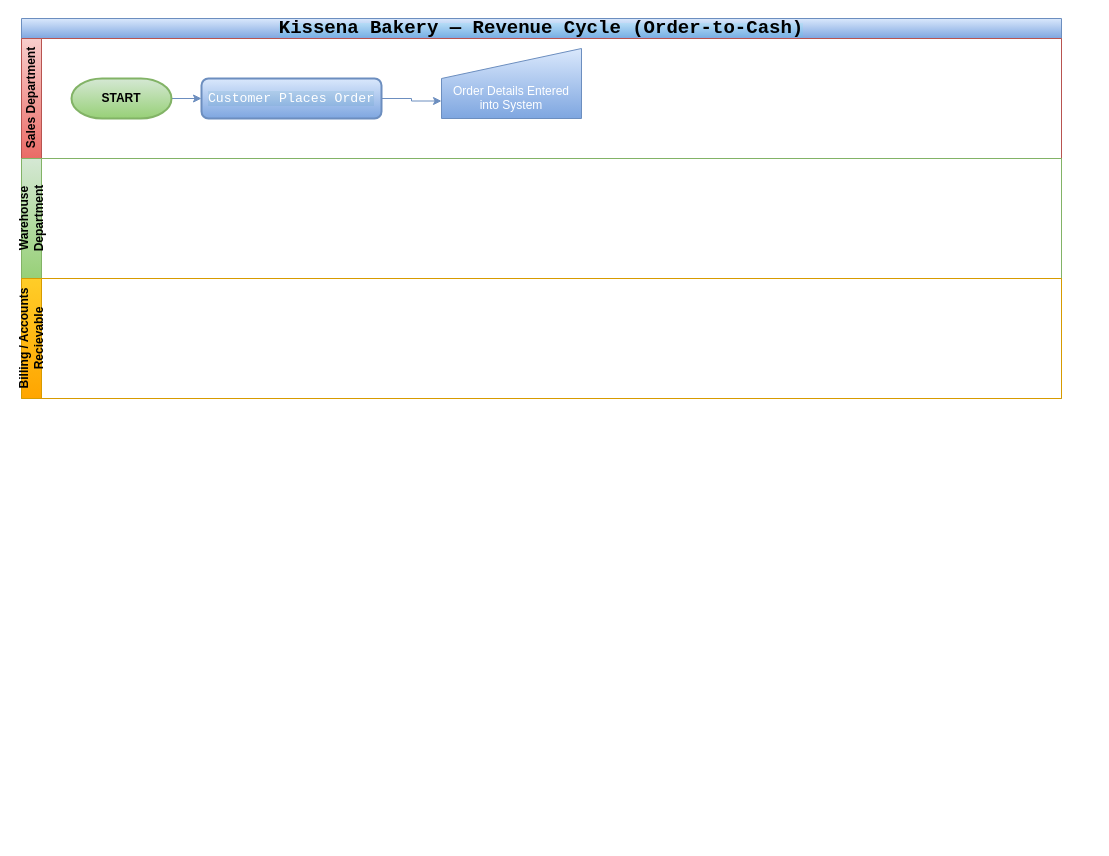
This is Revenue_Cycle_Controls.drawio from junoldlibayo/drawio, a draw.io file, before an edit. Source tidied: cells renumbered, new cells numbered last; positions are measured from the earlier drawing's top-left corner, leaving out a move shared by most shapes. Both pictures are drawn from the tidied source at 100%, with x=0, y=0 at pixel (21, 18).
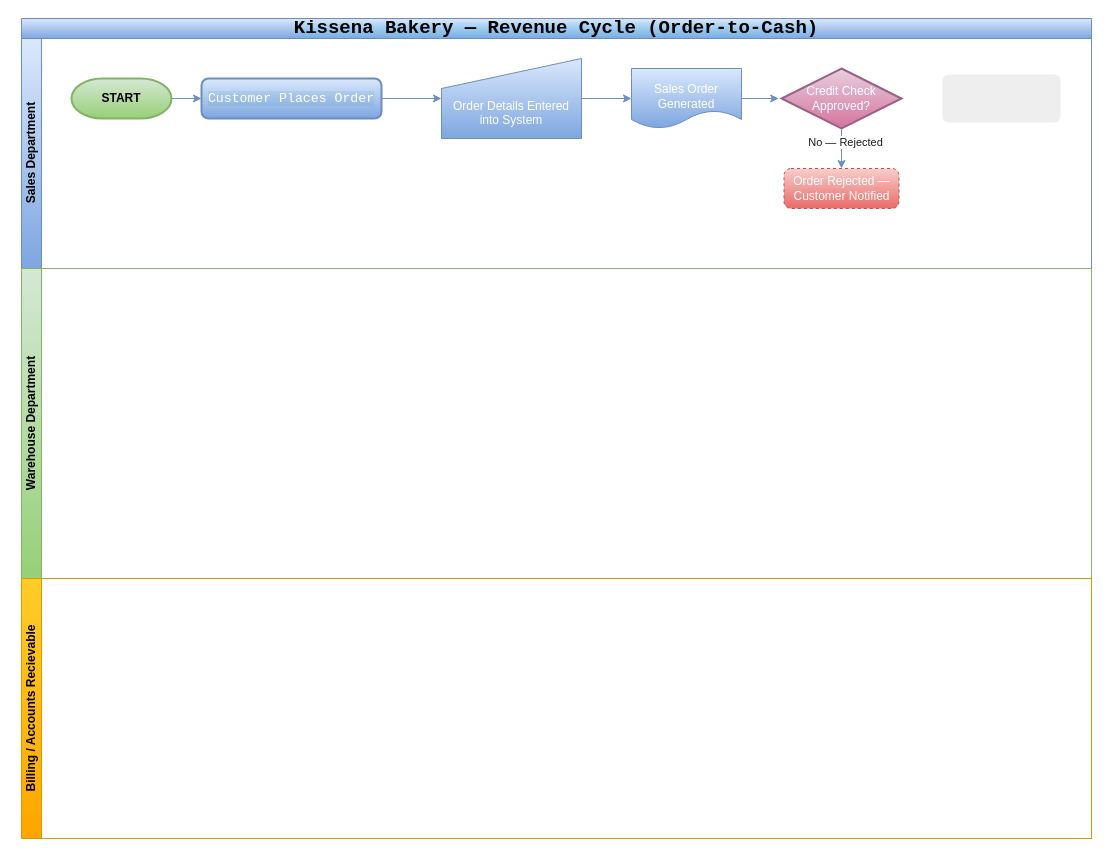
The same diagram, later.

Diff of the diagram source:
```diff
@@
 <mxGraphModel>
   <root>
     <mxCell id="0" />
     <mxCell id="1" parent="0" />
     <mxCell id="2" value="&lt;span style=&quot;font-family: &amp;quot;Share Tech Mono&amp;quot;, monospace; text-wrap-mode: wrap; background-color: rgba(0, 245, 255, 0.08);&quot;&gt;&lt;font style=&quot;font-size: 19px;&quot;&gt;Kissena Bakery — Revenue Cycle (Order-to-Cash)&lt;/font&gt;&lt;/span&gt;" style="swimlane;horizontal=1;startSize=20;html=1;strokeColor=#6c8ebf;fillColor=#dae8fc;align=center;labelBackgroundColor=none;gradientColor=#7ea6e0;verticalAlign=middle;whiteSpace=wrap;fontColor=light-dark(#000000,#FFFFFF);" parent="1" vertex="1">
-      <mxGeometry width="1040" height="380" as="geometry" />
+      <mxGeometry width="1070" height="820" as="geometry" />
     </mxCell>
-    <mxCell id="3" value="Sales Department" style="swimlane;startSize=20;horizontal=0;html=1;strokeColor=#b85450;fillColor=#f8cecc;labelBackgroundColor=none;gradientColor=#ea6b66;" parent="2" vertex="1">
-      <mxGeometry y="20" width="1040" height="120" as="geometry" />
+    <mxCell id="3" value="Sales Department" style="swimlane;startSize=20;horizontal=0;html=1;strokeColor=#6c8ebf;fillColor=#dae8fc;labelBackgroundColor=none;gradientColor=#7ea6e0;" parent="2" vertex="1">
+      <mxGeometry y="20" width="1070" height="230" as="geometry" />
     </mxCell>
     <mxCell id="4" style="edgeStyle=orthogonalEdgeStyle;rounded=0;jettySize=auto;html=1;exitX=1;exitY=0.5;exitDx=0;exitDy=0;exitPerimeter=0;entryX=0;entryY=0.5;entryDx=0;entryDy=0;strokeColor=#6c8ebf;fontColor=light-dark(#FFFFFF,#FFFFFF);fillColor=#dae8fc;gradientColor=#7ea6e0;" parent="3" edge="1" source="5" target="7">
       <mxGeometry relative="1" as="geometry" />
     </mxCell>
     <mxCell id="5" value="&lt;b&gt;START&lt;/b&gt;" style="strokeWidth=2;html=1;shape=mxgraph.flowchart.terminator;whiteSpace=wrap;strokeColor=#82b366;fillColor=#d5e8d4;gradientColor=#97d077;" parent="3" vertex="1">
       <mxGeometry x="50" y="40" width="100" height="40" as="geometry" />
     </mxCell>
-    <mxCell id="6" style="edgeStyle=orthogonalEdgeStyle;rounded=0;jettySize=auto;html=1;exitX=1;exitY=0.5;exitDx=0;exitDy=0;entryX=0;entryY=0.75;entryDx=0;entryDy=0;strokeColor=#6c8ebf;fontColor=#FFFFFF;fillColor=#dae8fc;gradientColor=#7ea6e0;" parent="3" edge="1" source="7" target="8">
+    <mxCell id="6" style="edgeStyle=orthogonalEdgeStyle;rounded=0;jettySize=auto;html=1;exitX=1;exitY=0.5;exitDx=0;exitDy=0;entryX=0;entryY=0.5;entryDx=0;entryDy=0;strokeColor=#6c8ebf;fontColor=#FFFFFF;fillColor=#dae8fc;gradientColor=#7ea6e0;" parent="3" edge="1" source="7" target="8">
       <mxGeometry relative="1" as="geometry" />
     </mxCell>
     <mxCell id="7" value="&lt;span style=&quot;font-family: &amp;quot;Share Tech Mono&amp;quot;, monospace; font-size: 13.192px; text-align: start; background-color: rgba(0, 115, 123, 0.08);&quot;&gt;Customer Places Order&lt;/span&gt;" style="rounded=1;whiteSpace=wrap;html=1;absoluteArcSize=1;arcSize=14;strokeWidth=2;strokeColor=#6c8ebf;fillColor=#dae8fc;gradientColor=#7ea6e0;fontColor=light-dark(#FFFFFF,#FFFFFF);" parent="3" vertex="1">
       <mxGeometry x="180" y="40" width="180" height="40" as="geometry" />
     </mxCell>
+    <mxCell id="11" style="edgeStyle=orthogonalEdgeStyle;rounded=0;jettySize=auto;html=1;exitX=1;exitY=0.5;exitDx=0;exitDy=0;entryX=0;entryY=0.5;entryDx=0;entryDy=0;strokeColor=#6c8ebf;fontColor=#FFFFFF;fillColor=#dae8fc;gradientColor=#7ea6e0;" parent="3" edge="1" source="8" target="12">
+      <mxGeometry relative="1" as="geometry" />
+    </mxCell>
     <mxCell id="8" value="&lt;font style=&quot;color: light-dark(rgb(255, 255, 255), rgb(255, 255, 255));&quot;&gt;&lt;br&gt;&lt;br&gt;Order Details Entered into System&lt;/font&gt;" style="shape=manualInput;whiteSpace=wrap;html=1;fillColor=#dae8fc;gradientColor=#7ea6e0;strokeColor=#6c8ebf;" parent="3" vertex="1">
-      <mxGeometry x="420" y="10" width="140" height="70" as="geometry" />
+      <mxGeometry x="420" y="20" width="140" height="80" as="geometry" />
     </mxCell>
+    <mxCell id="12" value="&lt;font style=&quot;color: light-dark(rgb(255, 255, 255), rgb(255, 255, 255));&quot;&gt;&lt;br&gt;Sales Order Generated&lt;/font&gt;" style="shape=document;whiteSpace=wrap;html=1;boundedLbl=1;strokeColor=#6c8ebf;fillColor=#dae8fc;gradientColor=#7ea6e0;" parent="3" vertex="1">
+      <mxGeometry x="610" y="30" width="110" height="60" as="geometry" />
+    </mxCell>
+    <mxCell id="13" style="edgeStyle=orthogonalEdgeStyle;rounded=0;jettySize=auto;html=1;exitX=0.5;exitY=1;exitDx=0;exitDy=0;exitPerimeter=0;entryX=0.5;entryY=0;entryDx=0;entryDy=0;strokeColor=#6c8ebf;fontColor=#FFFFFF;fillColor=#dae8fc;gradientColor=#7ea6e0;" parent="3" edge="1" source="15" target="17">
+      <mxGeometry relative="1" as="geometry" />
+    </mxCell>
+    <mxCell id="14" value="&lt;span&gt;No — Rejected&lt;/span&gt;" style="edgeLabel;html=1;align=center;verticalAlign=middle;strokeColor=#FFFFFF;fontColor=#1A1A1A;fillColor=#EEEEEE;" parent="13" vertex="1">
+      <mxGeometry x="-0.33" y="3" relative="1" as="geometry" />
+    </mxCell>
+    <mxCell id="15" value="&lt;font style=&quot;color: light-dark(rgb(255, 255, 255), rgb(255, 255, 255));&quot;&gt;Credit Check Approved?&lt;/font&gt;" style="strokeWidth=2;html=1;shape=mxgraph.flowchart.decision;whiteSpace=wrap;strokeColor=#996185;fillColor=#e6d0de;gradientColor=#d5739d;" parent="3" vertex="1">
+      <mxGeometry x="760" y="30" width="120" height="60" as="geometry" />
+    </mxCell>
+    <mxCell id="16" style="edgeStyle=orthogonalEdgeStyle;rounded=0;jettySize=auto;html=1;exitX=1;exitY=0.5;exitDx=0;exitDy=0;entryX=-0.023;entryY=0.506;entryDx=0;entryDy=0;entryPerimeter=0;strokeColor=#6c8ebf;fontColor=#FFFFFF;fillColor=#dae8fc;gradientColor=#7ea6e0;" parent="3" edge="1" source="12" target="15">
+      <mxGeometry relative="1" as="geometry" />
+    </mxCell>
+    <mxCell id="17" value="&lt;font style=&quot;color: light-dark(rgb(255, 255, 255), rgb(255, 255, 255));&quot;&gt;Order Rejected — Customer Notified&lt;/font&gt;" style="rounded=1;whiteSpace=wrap;html=1;absoluteArcSize=1;arcSize=14;strokeWidth=1;strokeColor=#b85450;fillColor=#f8cecc;gradientColor=#ea6b66;dashed=1;" parent="3" vertex="1">
+      <mxGeometry x="762.5" y="130" width="115" height="40" as="geometry" />
+    </mxCell>
+    <mxCell id="18" style="rounded=1;whiteSpace=wrap;html=1;absoluteArcSize=1;arcSize=14;strokeWidth=2;strokeColor=#FFFFFF;fontColor=#1A1A1A;fillColor=#EEEEEE;" parent="3" vertex="1">
+      <mxGeometry x="920" y="35" width="120" height="50" as="geometry" />
+    </mxCell>
     <mxCell id="9" value="Warehouse Department" style="swimlane;startSize=20;horizontal=0;html=1;strokeColor=#82b366;fillColor=#d5e8d4;labelBackgroundColor=none;gradientColor=#97d077;verticalAlign=middle;whiteSpace=wrap;" parent="2" vertex="1">
-      <mxGeometry y="140" width="1040" height="120" as="geometry" />
+      <mxGeometry y="250" width="1070" height="310" as="geometry" />
     </mxCell>
     <mxCell id="10" value="Billing / Accounts Recievable" style="swimlane;startSize=20;horizontal=0;html=1;strokeColor=#d79b00;fillColor=#ffcd28;labelBackgroundColor=none;gradientColor=#ffa500;verticalAlign=middle;whiteSpace=wrap;" parent="2" vertex="1">
-      <mxGeometry y="260" width="1040" height="120" as="geometry" />
+      <mxGeometry y="560" width="1070" height="260" as="geometry" />
     </mxCell>
   </root>
 </mxGraphModel>
```
